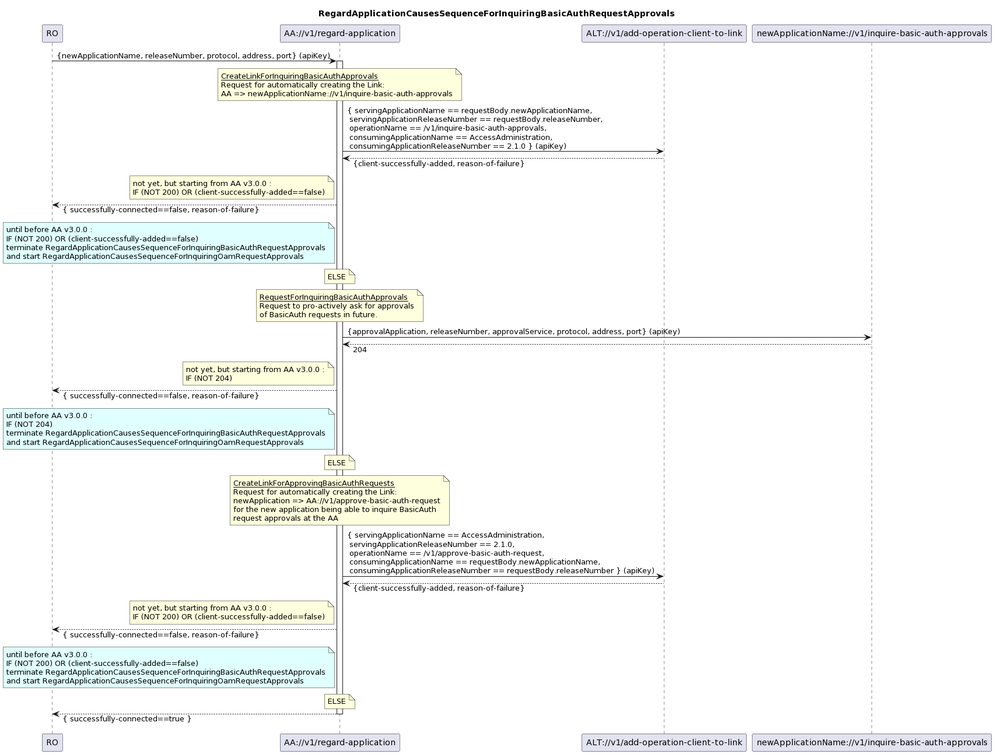
openBackhaul/AdministratorAdministration keeps this PlantUML diagram as spec/diagrams/is001_regardApplicationCausesBasicAuthSequence.png. Above is the earlier version.
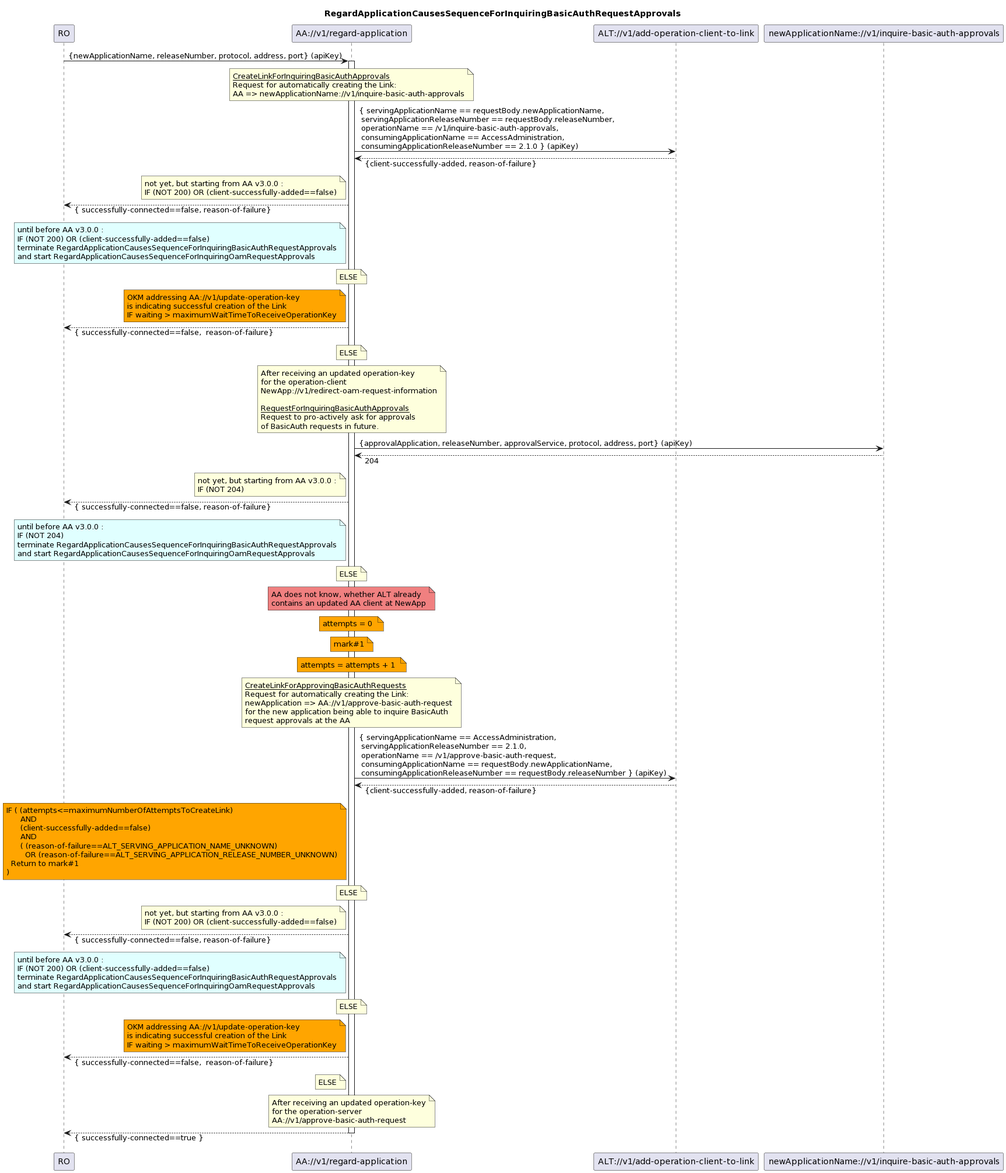
The same file after the commit.

Diff of the diagram source:
```diff
@@ -38,7 +38,22 @@
 ELSE
 end note
 
+note left aa #Orange
+OKM addressing AA://v1/update-operation-key
+is indicating successful creation of the Link
+IF waiting > maximumWaitTimeToReceiveOperationKey
+end note
+ro <-- aa : { successfully-connected==false,  reason-of-failure}
+
 note over aa
+ELSE
+end note
+
+note over aa
+After receiving an updated operation-key
+for the operation-client
+NewApp://v1/redirect-oam-request-information
+
 <u>RequestForInquiringBasicAuthApprovals</u>
 Request to pro-actively ask for approvals
 of BasicAuth requests in future.
@@ -63,6 +78,23 @@
 ELSE
 end note
 
+note over aa #LightCoral
+AA does not know, whether ALT already
+contains an updated AA client at NewApp
+end note
+
+note over aa #Orange
+attempts = 0
+end note
+
+note over aa #Orange
+mark#1
+end note
+
+note over aa #Orange
+attempts = attempts + 1
+end note
+
 note over aa
 <u>CreateLinkForApprovingBasicAuthRequests</u>
 Request for automatically creating the Link:
@@ -72,6 +104,21 @@
 end note
 aa -> alt : { servingApplicationName == AccessAdministration,\n servingApplicationReleaseNumber == 2.1.0,\n operationName == /v1/approve-basic-auth-request,\n consumingApplicationName == requestBody.newApplicationName,\n consumingApplicationReleaseNumber == requestBody.releaseNumber } (apiKey)
 aa <-- alt : {client-successfully-added, reason-of-failure}
+
+note left aa #Orange
+IF ( (attempts<=maximumNumberOfAttemptsToCreateLink)
+      AND
+      (client-successfully-added==false)
+      AND
+      ( (reason-of-failure==ALT_SERVING_APPLICATION_NAME_UNKNOWN)
+        OR (reason-of-failure==ALT_SERVING_APPLICATION_RELEASE_NUMBER_UNKNOWN)
+  Return to mark#1
+)
+end note
+
+note over aa
+ELSE
+end note
 
 note left aa
 not yet, but starting from AA v3.0.0 :
@@ -89,6 +136,24 @@
 note over aa
 ELSE
 end note
+
+note left aa #Orange
+OKM addressing AA://v1/update-operation-key
+is indicating successful creation of the Link
+IF waiting > maximumWaitTimeToReceiveOperationKey
+end note
+ro <-- aa : { successfully-connected==false,  reason-of-failure}
+
+note left aa
+ELSE
+end note
+
+note over aa
+After receiving an updated operation-key
+for the operation-server
+AA://v1/approve-basic-auth-request
+end note
+
 ro <-- aa : { successfully-connected==true }
 
 deactivate aa
```
